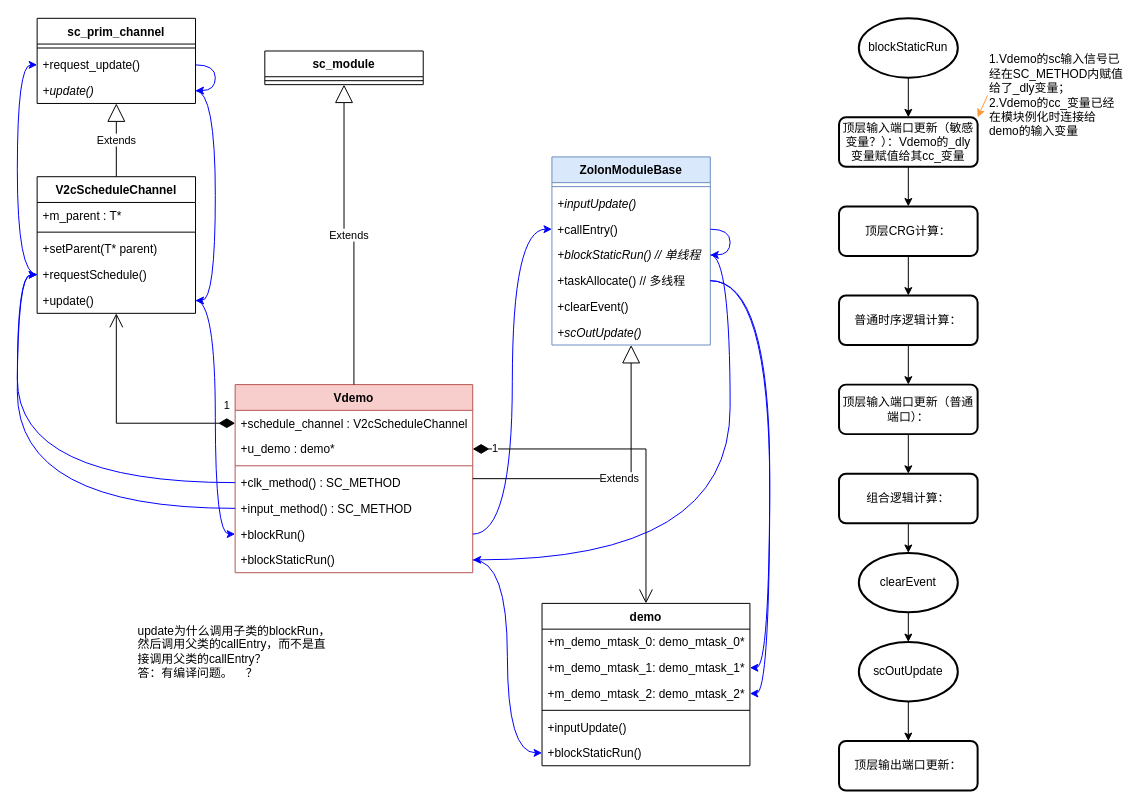
Dercury/CLDK keeps this draw.io diagram as zolon_schedule.drawio. Above is the earlier version. Source tidied: cells renumbered, new cells numbered last; positions are measured from the earlier drawing's top-left corner, leaving out a move shared by most shapes. Both pictures are drawn from the tidied source at 99%, with x=0, y=0 at pixel (37, 18).
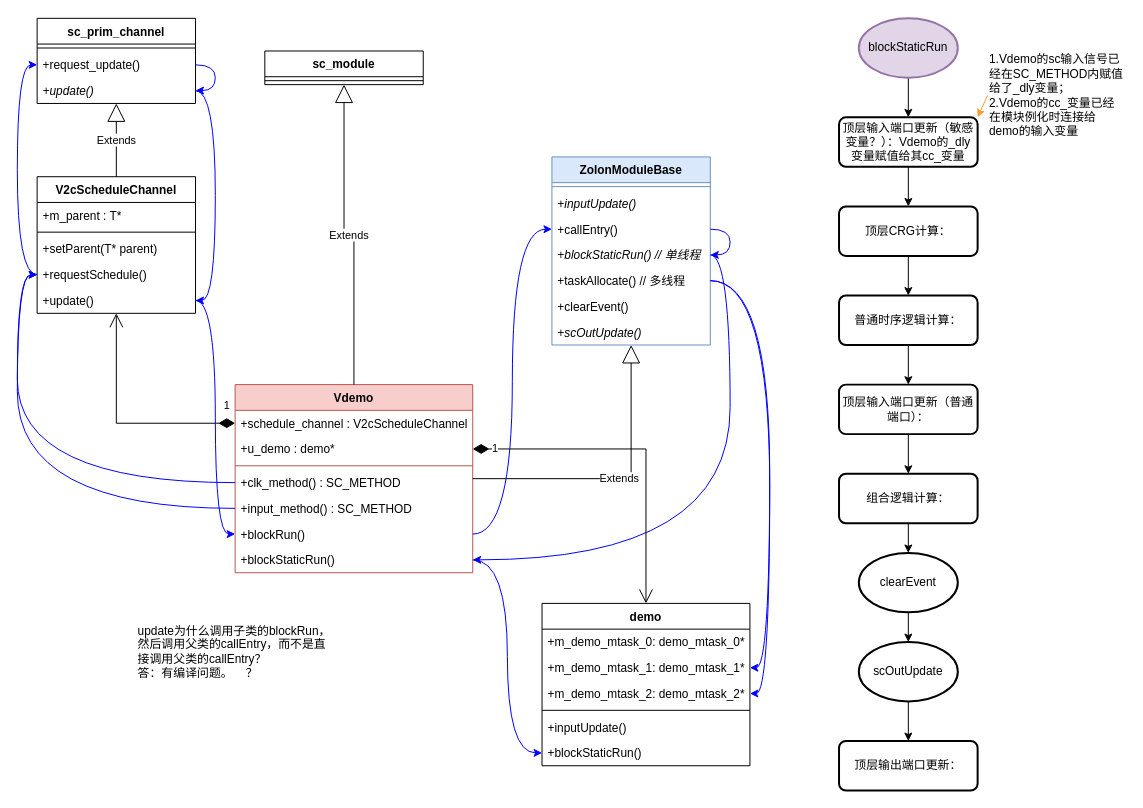
The same page after the edit.

Change to the diagram source:
```diff
@@
-    <mxCell id="55" value="blockStaticRun" style="strokeWidth=2;html=1;shape=mxgraph.flowchart.start_1;whiteSpace=wrap;" parent="1" vertex="1">
+    <mxCell id="55" value="blockStaticRun" style="strokeWidth=2;html=1;shape=mxgraph.flowchart.start_1;whiteSpace=wrap;fillColor=#e1d5e7;strokeColor=#9673a6;" parent="1" vertex="1">
       <mxGeometry x="830" width="100" height="60" as="geometry" />
     </mxCell>
```
